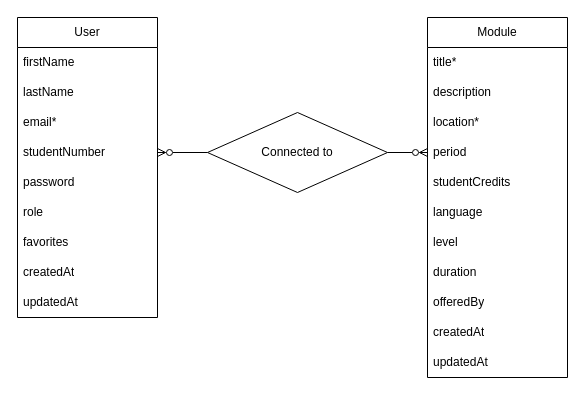
Earlier version of the draw.io diagram ERD.drawio (Sietsethooft/avans-keuzekompas). Source tidied: cells renumbered, new cells numbered last; positions are measured from the earlier drawing's top-left corner, leaving out a move shared by most shapes. Both pictures are drawn from the tidied source at 100%, with x=0, y=0 at pixel (17, 17).
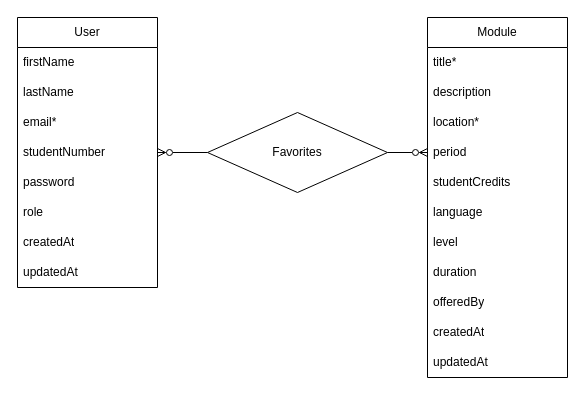
Above is the later version.

The edit, as a diff of the source:
```diff
@@
     <mxCell id="2" value="User" style="swimlane;fontStyle=0;horizontal=1;startSize=30;whiteSpace=wrap;html=1;" parent="1" vertex="1">
-      <mxGeometry width="140" height="300" as="geometry" />
+      <mxGeometry width="140" height="270" as="geometry" />
     </mxCell>
@@
-    <mxCell id="9" value="favorites" style="text;strokeColor=none;fillColor=none;align=left;verticalAlign=middle;spacingLeft=4;spacingRight=4;overflow=hidden;whiteSpace=wrap;html=1;" parent="2" vertex="1">
-      <mxGeometry y="210" width="140" height="30" as="geometry" />
-    </mxCell>
     <mxCell id="10" value="createdAt" style="text;strokeColor=none;fillColor=none;align=left;verticalAlign=middle;spacingLeft=4;spacingRight=4;overflow=hidden;whiteSpace=wrap;html=1;" parent="2" vertex="1">
-      <mxGeometry y="240" width="140" height="30" as="geometry" />
+      <mxGeometry y="210" width="140" height="30" as="geometry" />
     </mxCell>
     <mxCell id="11" value="updatedAt" style="text;strokeColor=none;fillColor=none;align=left;verticalAlign=middle;spacingLeft=4;spacingRight=4;overflow=hidden;whiteSpace=wrap;html=1;" parent="2" vertex="1">
-      <mxGeometry y="270" width="140" height="30" as="geometry" />
+      <mxGeometry y="240" width="140" height="30" as="geometry" />
     </mxCell>
@@
-    <mxCell id="26" value="Connected to" style="rhombus;whiteSpace=wrap;html=1;" parent="1" vertex="1">
+    <mxCell id="26" value="Favorites" style="rhombus;whiteSpace=wrap;html=1;" parent="1" vertex="1">
       <mxGeometry x="190" y="95" width="180" height="80" as="geometry" />
     </mxCell>
```
